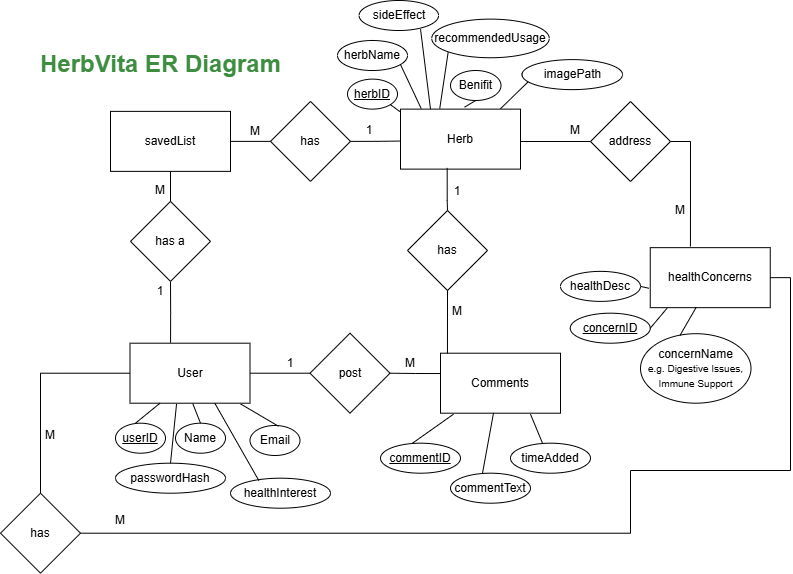
This is FinalProjectER.drawio.png from Marky115/HerbVitalWebsite, a draw.io export, as it was before one commit. Source tidied: cells renumbered, new cells last; positions are measured from the earlier drawing's top-left corner, leaving out a move shared by most shapes. The source it was exported from:
```xml
<mxGraphModel>
  <root>
    <mxCell id="0" />
    <mxCell id="1" parent="0" />
    <mxCell id="2" style="rounded=0;jettySize=auto;html=1;exitX=0;exitY=1;exitDx=0;exitDy=0;endArrow=none;startFill=0;entryX=0.327;entryY=-0.009;entryDx=0;entryDy=0;entryPerimeter=0;" parent="1" edge="1" source="42" target="3">
      <mxGeometry relative="1" as="geometry" />
    </mxCell>
    <mxCell id="3" value="Herb" style="rounded=0;whiteSpace=wrap;html=1;" parent="1" vertex="1">
      <mxGeometry x="400" y="108.6" width="120" height="60" as="geometry" />
    </mxCell>
    <mxCell id="4" style="edgeStyle=orthogonalEdgeStyle;rounded=0;jettySize=auto;html=1;entryX=0.5;entryY=1;entryDx=0;entryDy=0;endArrow=none;startFill=0;exitX=0.338;exitY=-0.006;exitDx=0;exitDy=0;exitPerimeter=0;" parent="1" edge="1" source="5" target="10">
      <mxGeometry relative="1" as="geometry" />
    </mxCell>
    <mxCell id="5" value="User" style="rounded=0;whiteSpace=wrap;html=1;" parent="1" vertex="1">
      <mxGeometry x="129.5" y="342.7" width="120" height="60" as="geometry" />
    </mxCell>
    <mxCell id="6" value="Comments" style="rounded=0;whiteSpace=wrap;html=1;" parent="1" vertex="1">
      <mxGeometry x="440" y="352.7" width="120" height="60" as="geometry" />
    </mxCell>
    <mxCell id="7" value="has" style="rhombus;whiteSpace=wrap;html=1;" parent="1" vertex="1">
      <mxGeometry x="270" y="100.9" width="80" height="80" as="geometry" />
    </mxCell>
    <mxCell id="8" style="edgeStyle=orthogonalEdgeStyle;rounded=0;jettySize=auto;html=1;exitX=1;exitY=0.5;exitDx=0;exitDy=0;entryX=0;entryY=0.5;entryDx=0;entryDy=0;endArrow=none;startFill=0;" parent="1" edge="1" source="9" target="7">
      <mxGeometry relative="1" as="geometry" />
    </mxCell>
    <mxCell id="9" value="savedList" style="rounded=0;whiteSpace=wrap;html=1;" parent="1" vertex="1">
      <mxGeometry x="110" y="110.9" width="120" height="60" as="geometry" />
    </mxCell>
    <mxCell id="10" value="has a" style="rhombus;whiteSpace=wrap;html=1;" parent="1" vertex="1">
      <mxGeometry x="130" y="200.9" width="80" height="80" as="geometry" />
    </mxCell>
    <mxCell id="11" style="edgeStyle=orthogonalEdgeStyle;rounded=0;jettySize=auto;html=1;entryX=0.5;entryY=1;entryDx=0;entryDy=0;endArrow=none;startFill=0;exitX=0.5;exitY=0;exitDx=0;exitDy=0;" parent="1" edge="1" source="10" target="9">
      <mxGeometry relative="1" as="geometry" />
    </mxCell>
    <mxCell id="12" value="&lt;font style=&quot;color: rgb(62, 142, 65);&quot;&gt;HerbVita ER Diagram&lt;/font&gt;" style="text;html=1;fontSize=24;fontStyle=1;verticalAlign=middle;align=center;fontColor=#322918;" parent="1" vertex="1">
      <mxGeometry x="35" y="30" width="250" height="68.6" as="geometry" />
    </mxCell>
    <object id="13" label="M" name="Variable" placeholders="1">
      <mxCell style="text;html=1;strokeColor=none;fillColor=none;align=center;verticalAlign=middle;whiteSpace=wrap;overflow=hidden;" parent="1" vertex="1">
        <mxGeometry x="150" y="179.5" width="20" height="20" as="geometry" />
      </mxCell>
    </object>
    <object id="14" label="1" name="Variable" placeholders="1">
      <mxCell style="text;html=1;strokeColor=none;fillColor=none;align=center;verticalAlign=middle;whiteSpace=wrap;overflow=hidden;" parent="1" vertex="1">
        <mxGeometry x="150" y="280.9" width="20" height="20" as="geometry" />
      </mxCell>
    </object>
    <mxCell id="15" value="&lt;u&gt;userID&lt;/u&gt;" style="ellipse;whiteSpace=wrap;html=1;" parent="1" vertex="1">
      <mxGeometry x="115" y="422.7" width="50" height="30" as="geometry" />
    </mxCell>
    <mxCell id="16" value="Name" style="ellipse;whiteSpace=wrap;html=1;" parent="1" vertex="1">
      <mxGeometry x="175" y="422.7" width="50" height="30" as="geometry" />
    </mxCell>
    <mxCell id="17" value="Email" style="ellipse;whiteSpace=wrap;html=1;" parent="1" vertex="1">
      <mxGeometry x="249.5" y="425" width="50" height="30" as="geometry" />
    </mxCell>
    <mxCell id="18" value="passwordHash" style="ellipse;whiteSpace=wrap;html=1;" parent="1" vertex="1">
      <mxGeometry x="115" y="462.7" width="110" height="30" as="geometry" />
    </mxCell>
    <mxCell id="19" value="healthInterest" style="ellipse;whiteSpace=wrap;html=1;" parent="1" vertex="1">
      <mxGeometry x="230" y="477.7" width="100" height="30" as="geometry" />
    </mxCell>
    <mxCell id="20" style="rounded=0;jettySize=auto;html=1;exitX=0.4;exitY=0;exitDx=0;exitDy=0;entryX=0.25;entryY=1;entryDx=0;entryDy=0;endArrow=none;startFill=0;exitPerimeter=0;" parent="1" edge="1" source="15" target="5">
      <mxGeometry relative="1" as="geometry" />
    </mxCell>
    <mxCell id="21" style="rounded=0;jettySize=auto;html=1;exitX=0.5;exitY=0;exitDx=0;exitDy=0;endArrow=none;startFill=0;entryX=0.523;entryY=1.007;entryDx=0;entryDy=0;entryPerimeter=0;" parent="1" edge="1" source="16" target="5">
      <mxGeometry relative="1" as="geometry" />
    </mxCell>
    <mxCell id="22" style="rounded=0;jettySize=auto;html=1;exitX=0.5;exitY=0;exitDx=0;exitDy=0;endArrow=none;startFill=0;entryX=0.388;entryY=1.012;entryDx=0;entryDy=0;entryPerimeter=0;" parent="1" edge="1" source="18" target="5">
      <mxGeometry relative="1" as="geometry" />
    </mxCell>
    <mxCell id="23" style="rounded=0;jettySize=auto;html=1;exitX=0.568;exitY=0.023;exitDx=0;exitDy=0;endArrow=none;startFill=0;exitPerimeter=0;entryX=0.923;entryY=1.014;entryDx=0;entryDy=0;entryPerimeter=0;" parent="1" edge="1" source="17" target="5">
      <mxGeometry relative="1" as="geometry" />
    </mxCell>
    <mxCell id="24" style="rounded=0;jettySize=auto;html=1;exitX=0.283;exitY=0.078;exitDx=0;exitDy=0;endArrow=none;startFill=0;exitPerimeter=0;entryX=0.706;entryY=0.998;entryDx=0;entryDy=0;entryPerimeter=0;" parent="1" edge="1" source="19" target="5">
      <mxGeometry relative="1" as="geometry" />
    </mxCell>
    <mxCell id="25" value="post" style="rhombus;whiteSpace=wrap;html=1;" parent="1" vertex="1">
      <mxGeometry x="309.5" y="332.7" width="80" height="80" as="geometry" />
    </mxCell>
    <mxCell id="26" style="edgeStyle=orthogonalEdgeStyle;rounded=0;jettySize=auto;html=1;endArrow=none;startFill=0;exitX=0.004;exitY=0.339;exitDx=0;exitDy=0;exitPerimeter=0;entryX=1;entryY=0.5;entryDx=0;entryDy=0;" parent="1" edge="1" source="6" target="25">
      <mxGeometry relative="1" as="geometry" />
    </mxCell>
    <mxCell id="27" style="edgeStyle=orthogonalEdgeStyle;rounded=0;jettySize=auto;html=1;entryX=1;entryY=0.5;entryDx=0;entryDy=0;endArrow=none;startFill=0;exitX=0;exitY=0.5;exitDx=0;exitDy=0;" parent="1" edge="1" source="25" target="5">
      <mxGeometry relative="1" as="geometry" />
    </mxCell>
    <object id="28" label="1" name="Variable" placeholders="1">
      <mxCell style="text;html=1;strokeColor=none;fillColor=none;align=center;verticalAlign=middle;whiteSpace=wrap;overflow=hidden;" parent="1" vertex="1">
        <mxGeometry x="280" y="352.7" width="20" height="20" as="geometry" />
      </mxCell>
    </object>
    <object id="29" label="M" name="Variable" placeholders="1">
      <mxCell style="text;html=1;strokeColor=none;fillColor=none;align=center;verticalAlign=middle;whiteSpace=wrap;overflow=hidden;" parent="1" vertex="1">
        <mxGeometry x="399.5" y="352.7" width="20" height="20" as="geometry" />
      </mxCell>
    </object>
    <mxCell id="30" value="&lt;u&gt;commentID&lt;/u&gt;" style="ellipse;whiteSpace=wrap;html=1;" parent="1" vertex="1">
      <mxGeometry x="380" y="442.7" width="80" height="30" as="geometry" />
    </mxCell>
    <mxCell id="31" style="rounded=0;jettySize=auto;html=1;exitX=0.4;exitY=0;exitDx=0;exitDy=0;entryX=0.108;entryY=1.017;entryDx=0;entryDy=0;endArrow=none;startFill=0;exitPerimeter=0;entryPerimeter=0;" parent="1" edge="1" source="30" target="6">
      <mxGeometry relative="1" as="geometry" />
    </mxCell>
    <mxCell id="32" value="commentText" style="ellipse;whiteSpace=wrap;html=1;" parent="1" vertex="1">
      <mxGeometry x="450" y="472.7" width="80" height="30" as="geometry" />
    </mxCell>
    <mxCell id="33" style="rounded=0;jettySize=auto;html=1;exitX=0.4;exitY=0;exitDx=0;exitDy=0;entryX=0.442;entryY=0.994;entryDx=0;entryDy=0;endArrow=none;startFill=0;exitPerimeter=0;entryPerimeter=0;" parent="1" edge="1" source="32" target="6">
      <mxGeometry relative="1" as="geometry" />
    </mxCell>
    <mxCell id="34" value="timeAdded" style="ellipse;whiteSpace=wrap;html=1;" parent="1" vertex="1">
      <mxGeometry x="510" y="442.7" width="80" height="30" as="geometry" />
    </mxCell>
    <mxCell id="35" style="rounded=0;jettySize=auto;html=1;exitX=0.4;exitY=0;exitDx=0;exitDy=0;endArrow=none;startFill=0;exitPerimeter=0;" parent="1" edge="1" source="34">
      <mxGeometry relative="1" as="geometry">
        <mxPoint x="530" y="413.7" as="targetPoint" />
      </mxGeometry>
    </mxCell>
    <mxCell id="36" style="edgeStyle=orthogonalEdgeStyle;rounded=0;jettySize=auto;html=1;exitX=1;exitY=0.5;exitDx=0;exitDy=0;entryX=0.004;entryY=0.532;entryDx=0;entryDy=0;entryPerimeter=0;endArrow=none;startFill=0;" parent="1" edge="1" source="7" target="3">
      <mxGeometry relative="1" as="geometry" />
    </mxCell>
    <object id="37" label="M" name="Variable" placeholders="1">
      <mxCell style="text;html=1;strokeColor=none;fillColor=none;align=center;verticalAlign=middle;whiteSpace=wrap;overflow=hidden;" parent="1" vertex="1">
        <mxGeometry x="245" y="120.9" width="20" height="20" as="geometry" />
      </mxCell>
    </object>
    <object id="38" label="1" name="Variable" placeholders="1">
      <mxCell style="text;html=1;strokeColor=none;fillColor=none;align=center;verticalAlign=middle;whiteSpace=wrap;overflow=hidden;" parent="1" vertex="1">
        <mxGeometry x="358.6" y="120" width="20" height="20" as="geometry" />
      </mxCell>
    </object>
    <mxCell id="39" value="&lt;u&gt;herbID&lt;/u&gt;" style="ellipse;whiteSpace=wrap;html=1;" parent="1" vertex="1">
      <mxGeometry x="347" y="78.6" width="50" height="30" as="geometry" />
    </mxCell>
    <mxCell id="40" value="herbName" style="ellipse;whiteSpace=wrap;html=1;" parent="1" vertex="1">
      <mxGeometry x="337" y="40" width="70" height="30" as="geometry" />
    </mxCell>
    <mxCell id="41" value="sideEffect" style="ellipse;whiteSpace=wrap;html=1;" parent="1" vertex="1">
      <mxGeometry x="358.6" width="79.5" height="30" as="geometry" />
    </mxCell>
    <mxCell id="42" value="recommendedUsage" style="ellipse;whiteSpace=wrap;html=1;" parent="1" vertex="1">
      <mxGeometry x="431.2" y="18.6" width="117.5" height="38.6" as="geometry" />
    </mxCell>
    <mxCell id="43" value="Benifit" style="ellipse;whiteSpace=wrap;html=1;fontSize=12;fillColor=default;" parent="1" vertex="1">
      <mxGeometry x="450" y="70" width="50.5" height="30" as="geometry" />
    </mxCell>
    <mxCell id="44" style="rounded=0;jettySize=auto;html=1;exitX=1;exitY=1;exitDx=0;exitDy=0;endArrow=none;startFill=0;entryX=-0.001;entryY=0.047;entryDx=0;entryDy=0;entryPerimeter=0;" parent="1" edge="1" source="39" target="3">
      <mxGeometry relative="1" as="geometry" />
    </mxCell>
    <mxCell id="45" style="rounded=0;jettySize=auto;html=1;endArrow=none;startFill=0;entryX=0.172;entryY=-0.011;entryDx=0;entryDy=0;entryPerimeter=0;exitX=0.9;exitY=0.802;exitDx=0;exitDy=0;exitPerimeter=0;" parent="1" edge="1" source="40" target="3">
      <mxGeometry relative="1" as="geometry" />
    </mxCell>
    <mxCell id="46" style="rounded=0;jettySize=auto;html=1;endArrow=none;startFill=0;entryX=0.25;entryY=0;entryDx=0;entryDy=0;exitX=0.773;exitY=0.956;exitDx=0;exitDy=0;exitPerimeter=0;" parent="1" edge="1" source="41" target="3">
      <mxGeometry relative="1" as="geometry" />
    </mxCell>
    <mxCell id="47" style="rounded=0;jettySize=auto;html=1;exitX=0.5;exitY=1;exitDx=0;exitDy=0;endArrow=none;startFill=0;entryX=0.534;entryY=-0.033;entryDx=0;entryDy=0;entryPerimeter=0;" parent="1" edge="1" source="43" target="3">
      <mxGeometry relative="1" as="geometry" />
    </mxCell>
    <mxCell id="48" value="healthConcerns" style="rounded=0;whiteSpace=wrap;html=1;" parent="1" vertex="1">
      <mxGeometry x="649.8" y="247.2" width="120" height="60" as="geometry" />
    </mxCell>
    <mxCell id="49" value="address" style="rhombus;whiteSpace=wrap;html=1;" parent="1" vertex="1">
      <mxGeometry x="590" y="101" width="80" height="80" as="geometry" />
    </mxCell>
    <mxCell id="50" style="edgeStyle=orthogonalEdgeStyle;rounded=0;jettySize=auto;html=1;exitX=1;exitY=0.5;exitDx=0;exitDy=0;endArrow=none;startFill=0;entryX=0.335;entryY=-0.019;entryDx=0;entryDy=0;entryPerimeter=0;" parent="1" edge="1" source="49" target="48">
      <mxGeometry relative="1" as="geometry" />
    </mxCell>
    <object id="51" label="M" name="Variable" placeholders="1">
      <mxCell style="text;html=1;strokeColor=none;fillColor=none;align=center;verticalAlign=middle;whiteSpace=wrap;overflow=hidden;" parent="1" vertex="1">
        <mxGeometry x="565" y="120" width="20" height="20" as="geometry" />
      </mxCell>
    </object>
    <object id="52" label="M" name="Variable" placeholders="1">
      <mxCell style="text;html=1;strokeColor=none;fillColor=none;align=center;verticalAlign=middle;whiteSpace=wrap;overflow=hidden;" parent="1" vertex="1">
        <mxGeometry x="670" y="199.5" width="20" height="20" as="geometry" />
      </mxCell>
    </object>
    <mxCell id="53" style="edgeStyle=orthogonalEdgeStyle;rounded=0;jettySize=auto;html=1;entryX=0;entryY=0.5;entryDx=0;entryDy=0;endArrow=none;startFill=0;exitX=1;exitY=0.5;exitDx=0;exitDy=0;" parent="1" edge="1" source="3" target="49">
      <mxGeometry relative="1" as="geometry">
        <Array as="points">
          <mxPoint x="520" y="141" />
        </Array>
      </mxGeometry>
    </mxCell>
    <mxCell id="54" value="concernName&lt;div&gt;&lt;font style=&quot;font-size: 10px;&quot;&gt;e.g.&amp;nbsp;Digestive Issues, Immune Support&lt;/font&gt;&lt;/div&gt;" style="ellipse;whiteSpace=wrap;html=1;" parent="1" vertex="1">
      <mxGeometry x="640" y="333.2" width="110.5" height="69.5" as="geometry" />
    </mxCell>
    <mxCell id="55" value="&lt;u&gt;concernID&lt;/u&gt;" style="ellipse;whiteSpace=wrap;html=1;" parent="1" vertex="1">
      <mxGeometry x="569.8" y="312.7" width="80" height="30" as="geometry" />
    </mxCell>
    <mxCell id="56" style="rounded=0;jettySize=auto;html=1;exitX=1;exitY=0.5;exitDx=0;exitDy=0;endArrow=none;startFill=0;entryX=0.14;entryY=1.01;entryDx=0;entryDy=0;entryPerimeter=0;" parent="1" edge="1" source="55" target="48">
      <mxGeometry relative="1" as="geometry" />
    </mxCell>
    <mxCell id="57" style="rounded=0;jettySize=auto;html=1;exitX=0.358;exitY=0.023;exitDx=0;exitDy=0;endArrow=none;startFill=0;exitPerimeter=0;entryX=0.383;entryY=0.994;entryDx=0;entryDy=0;entryPerimeter=0;" parent="1" edge="1" source="54" target="48">
      <mxGeometry relative="1" as="geometry" />
    </mxCell>
    <mxCell id="58" value="has" style="rhombus;whiteSpace=wrap;html=1;" parent="1" vertex="1">
      <mxGeometry x="407" y="210" width="80" height="80" as="geometry" />
    </mxCell>
    <mxCell id="59" style="edgeStyle=orthogonalEdgeStyle;rounded=0;jettySize=auto;html=1;exitX=0.5;exitY=1;exitDx=0;exitDy=0;endArrow=none;startFill=0;entryX=0.058;entryY=0.005;entryDx=0;entryDy=0;entryPerimeter=0;" parent="1" edge="1" source="58" target="6">
      <mxGeometry relative="1" as="geometry" />
    </mxCell>
    <object id="60" label="1" name="Variable" placeholders="1">
      <mxCell style="text;html=1;strokeColor=none;fillColor=none;align=center;verticalAlign=middle;whiteSpace=wrap;overflow=hidden;" parent="1" vertex="1">
        <mxGeometry x="447" y="181" width="20" height="20" as="geometry" />
      </mxCell>
    </object>
    <object id="61" label="M" name="Variable" placeholders="1">
      <mxCell style="text;html=1;strokeColor=none;fillColor=none;align=center;verticalAlign=middle;whiteSpace=wrap;overflow=hidden;" parent="1" vertex="1">
        <mxGeometry x="447" y="300.9" width="20" height="20" as="geometry" />
      </mxCell>
    </object>
    <mxCell id="62" style="edgeStyle=orthogonalEdgeStyle;rounded=0;jettySize=auto;html=1;entryX=0.5;entryY=0;entryDx=0;entryDy=0;endArrow=none;startFill=0;exitX=0.389;exitY=0.98;exitDx=0;exitDy=0;exitPerimeter=0;" parent="1" edge="1" source="3" target="58">
      <mxGeometry relative="1" as="geometry">
        <Array as="points">
          <mxPoint x="447" y="200" />
          <mxPoint x="447" y="200" />
        </Array>
      </mxGeometry>
    </mxCell>
    <mxCell id="63" style="edgeStyle=orthogonalEdgeStyle;rounded=0;jettySize=auto;html=1;entryX=1;entryY=0.5;entryDx=0;entryDy=0;endArrow=none;startFill=0;exitX=1;exitY=0.5;exitDx=0;exitDy=0;" parent="1" edge="1" source="48" target="64">
      <mxGeometry relative="1" as="geometry">
        <Array as="points">
          <mxPoint x="790" y="277" />
          <mxPoint x="790" y="470" />
          <mxPoint x="630" y="470" />
          <mxPoint x="630" y="533" />
        </Array>
      </mxGeometry>
    </mxCell>
    <mxCell id="64" value="has" style="rhombus;whiteSpace=wrap;html=1;" parent="1" vertex="1">
      <mxGeometry y="492.7" width="80" height="80" as="geometry" />
    </mxCell>
    <mxCell id="65" style="edgeStyle=orthogonalEdgeStyle;rounded=0;jettySize=auto;html=1;entryX=0;entryY=0.5;entryDx=0;entryDy=0;endArrow=none;startFill=0;exitX=0.5;exitY=0;exitDx=0;exitDy=0;" parent="1" edge="1" source="64" target="5">
      <mxGeometry relative="1" as="geometry" />
    </mxCell>
    <object id="66" label="M" name="Variable" placeholders="1">
      <mxCell style="text;html=1;strokeColor=none;fillColor=none;align=center;verticalAlign=middle;whiteSpace=wrap;overflow=hidden;" parent="1" vertex="1">
        <mxGeometry x="40" y="425" width="20" height="20" as="geometry" />
      </mxCell>
    </object>
    <object id="67" label="M" name="Variable" placeholders="1">
      <mxCell style="text;html=1;strokeColor=none;fillColor=none;align=center;verticalAlign=middle;whiteSpace=wrap;overflow=hidden;" parent="1" vertex="1">
        <mxGeometry x="109.5" y="510" width="20" height="20" as="geometry" />
      </mxCell>
    </object>
    <mxCell id="68" style="rounded=0;jettySize=auto;html=1;endArrow=none;startFill=0;entryX=0.945;entryY=-0.018;entryDx=0;entryDy=0;exitX=0.074;exitY=0.698;exitDx=0;exitDy=0;exitPerimeter=0;entryPerimeter=0;" parent="1" edge="1" source="69">
      <mxGeometry relative="1" as="geometry">
        <mxPoint x="499.9" y="108.3" as="targetPoint" />
      </mxGeometry>
    </mxCell>
    <mxCell id="69" value="imagePath" style="ellipse;whiteSpace=wrap;html=1;" parent="1" vertex="1">
      <mxGeometry x="521.5" y="59.1" width="100.5" height="30" as="geometry" />
    </mxCell>
    <mxCell id="70" value="healthDesc" style="ellipse;whiteSpace=wrap;html=1;" parent="1" vertex="1">
      <mxGeometry x="560" y="270.9" width="80" height="30" as="geometry" />
    </mxCell>
    <mxCell id="71" style="rounded=0;jettySize=auto;html=1;exitX=1;exitY=0.5;exitDx=0;exitDy=0;endArrow=none;startFill=0;entryX=-0.011;entryY=0.677;entryDx=0;entryDy=0;entryPerimeter=0;" parent="1" edge="1" source="70" target="48">
      <mxGeometry relative="1" as="geometry" />
    </mxCell>
  </root>
</mxGraphModel>
```
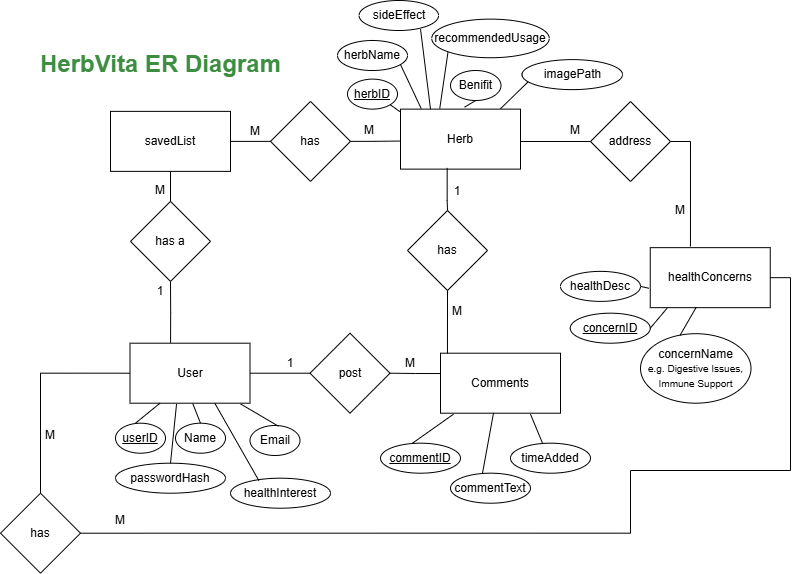
After the change.

Change to the diagram source:
```diff
@@ -122,7 +122,7 @@
         <mxGeometry x="245" y="120.9" width="20" height="20" as="geometry" />
       </mxCell>
     </object>
-    <object id="38" label="1" name="Variable" placeholders="1">
+    <object id="38" label="M" name="Variable" placeholders="1">
       <mxCell style="text;html=1;strokeColor=none;fillColor=none;align=center;verticalAlign=middle;whiteSpace=wrap;overflow=hidden;" parent="1" vertex="1">
         <mxGeometry x="358.6" y="120" width="20" height="20" as="geometry" />
       </mxCell>
```
